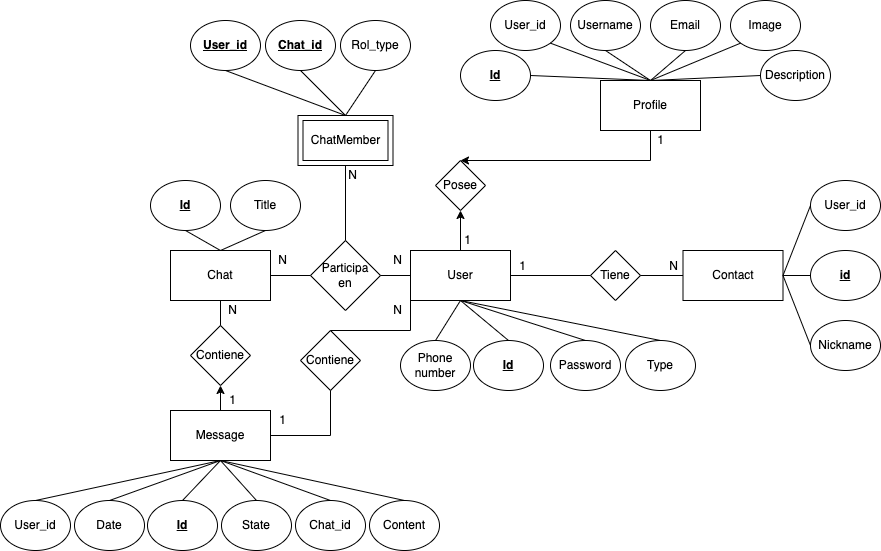
Above: assets/ER-model.png in eanorambuena/EPA_frontend (draw.io), before the change. Source tidied: cells renumbered, new cells last; positions are measured from the earlier drawing's top-left corner, leaving out a move shared by most shapes.
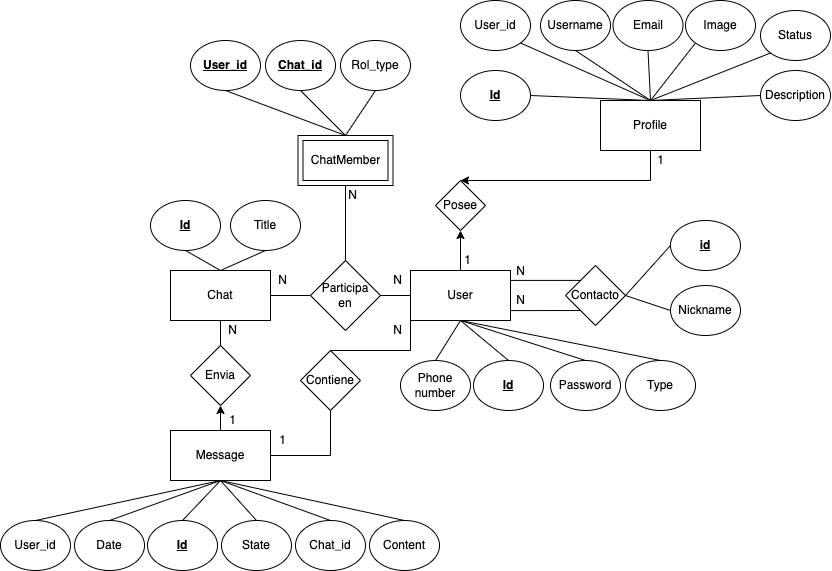
After the change.

Diff of the diagram source:
```diff
@@ -27,13 +27,13 @@
       <mxGeometry x="760" y="50" width="70" height="50" as="geometry" />
     </mxCell>
     <mxCell id="10" value="Username" style="ellipse;whiteSpace=wrap;html=1;" parent="1" vertex="1">
-      <mxGeometry x="570" width="70" height="50" as="geometry" />
+      <mxGeometry x="540" y="-20" width="70" height="50" as="geometry" />
     </mxCell>
     <mxCell id="11" value="User_id" style="ellipse;whiteSpace=wrap;html=1;" parent="1" vertex="1">
-      <mxGeometry x="490" width="70" height="50" as="geometry" />
+      <mxGeometry x="460" y="-20" width="70" height="50" as="geometry" />
     </mxCell>
     <mxCell id="12" value="Image" style="ellipse;whiteSpace=wrap;html=1;" parent="1" vertex="1">
-      <mxGeometry x="730" width="70" height="50" as="geometry" />
+      <mxGeometry x="685" y="-20" width="70" height="50" as="geometry" />
     </mxCell>
     <mxCell id="13" style="endArrow=none;html=1;rounded=0;exitX=0.5;exitY=0;exitDx=0;exitDy=0;entryX=1;entryY=0.5;entryDx=0;entryDy=0;" parent="1" edge="1" source="7" target="8">
       <mxGeometry relative="1" as="geometry" />
@@ -62,7 +62,7 @@
       <mxGeometry relative="1" as="geometry" />
     </mxCell>
     <mxCell id="21" value="Email" style="ellipse;whiteSpace=wrap;html=1;" parent="1" vertex="1">
-      <mxGeometry x="650" width="70" height="50" as="geometry" />
+      <mxGeometry x="612.5" y="-20" width="70" height="50" as="geometry" />
     </mxCell>
     <mxCell id="22" style="endArrow=none;html=1;rounded=0;exitX=0.5;exitY=0;exitDx=0;exitDy=0;entryX=0.5;entryY=1;entryDx=0;entryDy=0;" parent="1" edge="1" source="7" target="21">
       <mxGeometry relative="1" as="geometry" />
@@ -109,7 +109,7 @@
     <mxCell id="36" value="&lt;b&gt;&lt;u&gt;Id&lt;/u&gt;&lt;/b&gt;" style="ellipse;whiteSpace=wrap;html=1;" parent="1" vertex="1">
       <mxGeometry x="147" y="500" width="70" height="50" as="geometry" />
     </mxCell>
-    <mxCell id="37" value="Contiene" style="rhombus;whiteSpace=wrap;html=1;" parent="1" vertex="1">
+    <mxCell id="37" value="Envia" style="rhombus;whiteSpace=wrap;html=1;" parent="1" vertex="1">
       <mxGeometry x="190" y="325" width="60" height="60" as="geometry" />
     </mxCell>
     <mxCell id="38" style="endArrow=none;html=1;rounded=0;entryX=0.5;entryY=1;entryDx=0;entryDy=0;exitX=0.5;exitY=0;exitDx=0;exitDy=0;" parent="1" edge="1" source="37" target="23">
@@ -148,33 +148,9 @@
     <mxCell id="49" value="N" style="text;html=1;align=center;verticalAlign=middle;whiteSpace=wrap;rounded=0;" parent="1" vertex="1">
       <mxGeometry x="215" y="300" width="35" height="20" as="geometry" />
     </mxCell>
-    <mxCell id="50" value="Tiene" style="rhombus;whiteSpace=wrap;html=1;" parent="1" vertex="1">
-      <mxGeometry x="590" y="250" width="50" height="50" as="geometry" />
+    <mxCell id="50" value="Contacto" style="rhombus;whiteSpace=wrap;html=1;" parent="1" vertex="1">
+      <mxGeometry x="565" y="245" width="60" height="60" as="geometry" />
     </mxCell>
-    <mxCell id="51" value="Contact" style="rounded=0;whiteSpace=wrap;html=1;" parent="1" vertex="1">
-      <mxGeometry x="682.5" y="250" width="100" height="50" as="geometry" />
-    </mxCell>
-    <mxCell id="52" style="endArrow=none;html=1;rounded=0;entryX=1;entryY=0.5;entryDx=0;entryDy=0;exitX=0;exitY=0.5;exitDx=0;exitDy=0;" parent="1" edge="1" source="51" target="50">
-      <mxGeometry relative="1" as="geometry" />
-    </mxCell>
-    <mxCell id="53" value="User_id" style="ellipse;whiteSpace=wrap;html=1;" parent="1" vertex="1">
-      <mxGeometry x="810" y="180" width="70" height="50" as="geometry" />
-    </mxCell>
-    <mxCell id="54" value="&lt;u&gt;&lt;b&gt;id&lt;/b&gt;&lt;/u&gt;" style="ellipse;whiteSpace=wrap;html=1;" parent="1" vertex="1">
-      <mxGeometry x="810" y="250" width="70" height="50" as="geometry" />
-    </mxCell>
-    <mxCell id="55" style="endArrow=none;html=1;rounded=0;exitX=0;exitY=0.5;exitDx=0;exitDy=0;entryX=1;entryY=0.5;entryDx=0;entryDy=0;" parent="1" edge="1" source="53" target="51">
-      <mxGeometry relative="1" as="geometry" />
-    </mxCell>
-    <mxCell id="56" style="endArrow=none;html=1;rounded=0;exitX=0;exitY=0.5;exitDx=0;exitDy=0;entryX=1;entryY=0.5;entryDx=0;entryDy=0;" parent="1" edge="1" source="54" target="51">
-      <mxGeometry relative="1" as="geometry" />
-    </mxCell>
-    <mxCell id="57" value="N" style="text;html=1;align=center;verticalAlign=middle;whiteSpace=wrap;rounded=0;" parent="1" vertex="1">
-      <mxGeometry x="655.5" y="256" width="35" height="20" as="geometry" />
-    </mxCell>
-    <mxCell id="58" value="1" style="text;html=1;align=center;verticalAlign=middle;whiteSpace=wrap;rounded=0;" parent="1" vertex="1">
-      <mxGeometry x="505" y="256" width="35" height="20" as="geometry" />
-    </mxCell>
     <mxCell id="59" value="&lt;u&gt;&lt;b&gt;User_id&lt;/b&gt;&lt;/u&gt;" style="ellipse;whiteSpace=wrap;html=1;" parent="1" vertex="1">
       <mxGeometry x="190" y="20" width="70" height="50" as="geometry" />
     </mxCell>
@@ -209,9 +185,6 @@
     <mxCell id="68" style="endArrow=none;html=1;rounded=0;exitX=0.5;exitY=0;exitDx=0;exitDy=0;entryX=0.5;entryY=1;entryDx=0;entryDy=0;" parent="1" edge="1" source="67" target="2">
       <mxGeometry relative="1" as="geometry" />
     </mxCell>
-    <mxCell id="69" style="endArrow=none;html=1;rounded=0;entryX=1;entryY=0.5;entryDx=0;entryDy=0;exitX=0;exitY=0.5;exitDx=0;exitDy=0;" parent="1" edge="1" source="50" target="2">
-      <mxGeometry relative="1" as="geometry" />
-    </mxCell>
     <mxCell id="70" value="Contiene" style="rhombus;whiteSpace=wrap;html=1;" parent="1" vertex="1">
       <mxGeometry x="300" y="330" width="60" height="60" as="geometry" />
     </mxCell>
@@ -253,11 +226,38 @@
     <mxCell id="80" style="endArrow=classic;html=1;rounded=0;entryX=0.5;entryY=1;entryDx=0;entryDy=0;exitX=0.5;exitY=0;exitDx=0;exitDy=0;" parent="1" edge="1" source="35" target="37">
       <mxGeometry relative="1" as="geometry" />
     </mxCell>
+    <mxCell id="83" value="Status" style="ellipse;whiteSpace=wrap;html=1;" parent="1" vertex="1">
+      <mxGeometry x="760" y="-10" width="70" height="50" as="geometry" />
+    </mxCell>
+    <mxCell id="84" style="endArrow=none;html=1;rounded=0;exitX=0.5;exitY=0;exitDx=0;exitDy=0;entryX=0;entryY=1;entryDx=0;entryDy=0;" parent="1" edge="1" source="7" target="83">
+      <mxGeometry relative="1" as="geometry" />
+    </mxCell>
+    <mxCell id="54" value="&lt;u&gt;&lt;b&gt;id&lt;/b&gt;&lt;/u&gt;" style="ellipse;whiteSpace=wrap;html=1;" parent="1" vertex="1">
+      <mxGeometry x="670" y="200" width="70" height="50" as="geometry" />
+    </mxCell>
     <mxCell id="81" value="Nickname" style="ellipse;whiteSpace=wrap;html=1;" parent="1" vertex="1">
-      <mxGeometry x="810" y="320" width="70" height="50" as="geometry" />
+      <mxGeometry x="670" y="265" width="70" height="50" as="geometry" />
     </mxCell>
-    <mxCell id="82" style="endArrow=none;html=1;rounded=0;exitX=0;exitY=0.5;exitDx=0;exitDy=0;entryX=1;entryY=0.5;entryDx=0;entryDy=0;" parent="1" edge="1" source="81" target="51">
-      <mxGeometry relative="1" as="geometry" />
-    </mxCell>
+    <mxCell id="85" style="endArrow=none;html=1;rounded=0;entryX=1;entryY=0.5;entryDx=0;entryDy=0;exitX=0;exitY=0.5;exitDx=0;exitDy=0;" parent="1" edge="1" source="54" target="50">
+      <mxGeometry relative="1" as="geometry" />
+    </mxCell>
+    <mxCell id="86" style="endArrow=none;html=1;rounded=0;entryX=1;entryY=0.5;entryDx=0;entryDy=0;exitX=0;exitY=0.5;exitDx=0;exitDy=0;" parent="1" edge="1" source="81" target="50">
+      <mxGeometry relative="1" as="geometry" />
+    </mxCell>
+    <mxCell id="87" value="N" style="text;html=1;align=center;verticalAlign=middle;whiteSpace=wrap;rounded=0;" parent="1" vertex="1">
+      <mxGeometry x="503" y="241" width="35" height="20" as="geometry" />
+    </mxCell>
+    <mxCell id="69" style="endArrow=none;html=1;rounded=0;entryX=1;entryY=0.802;entryDx=0;entryDy=0;exitX=0;exitY=1;exitDx=0;exitDy=0;entryPerimeter=0;" parent="1" edge="1" source="50" target="2">
+      <mxGeometry relative="1" as="geometry" />
+    </mxCell>
+    <mxCell id="88" style="endArrow=none;html=1;rounded=0;entryX=1;entryY=0.802;entryDx=0;entryDy=0;exitX=0;exitY=1;exitDx=0;exitDy=0;entryPerimeter=0;" parent="1" edge="1">
+      <mxGeometry relative="1" as="geometry">
+        <mxPoint x="580" y="259.9" as="sourcePoint" />
+        <mxPoint x="510" y="259.9" as="targetPoint" />
+      </mxGeometry>
+    </mxCell>
+    <mxCell id="89" value="N" style="text;html=1;align=center;verticalAlign=middle;whiteSpace=wrap;rounded=0;" parent="1" vertex="1">
+      <mxGeometry x="503" y="270" width="35" height="20" as="geometry" />
+    </mxCell>
   </root>
 </mxGraphModel>
```
